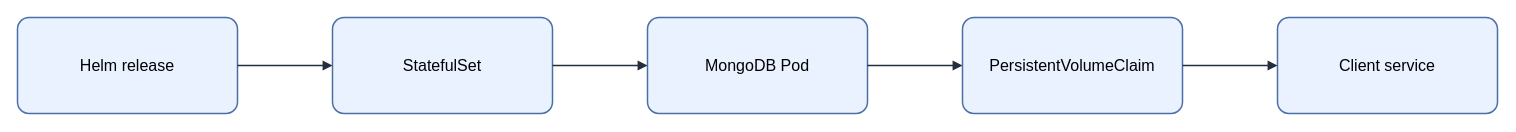
Above: assets/img/kubernetes/mongodb-kubernetes-deployment.drawio in KKamJi98/kkamji98.github.io (draw.io), before the change. Source tidied: cells renumbered, new cells numbered last; positions are measured from the earlier drawing's top-left corner, leaving out a move shared by most shapes. Both pictures are drawn from the tidied source at 100%, with x=0, y=0 at pixel (17, 17).
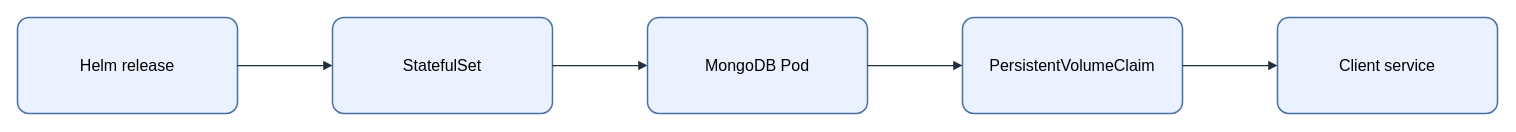
Above is the later version.

What changed in the source:
```diff
@@
 <mxGraphModel background="#FFFFFF">
   <root>
     <mxCell id="0" />
     <mxCell id="1" parent="0" />
-    <mxCell id="2" value="&lt;font style=&quot;color: rgb(0, 0, 0);&quot;&gt;Helm release&lt;/font&gt;" style="rounded=1;arcSize=12;whiteSpace=wrap;html=1;fillColor=#EAF2FF;strokeColor=#4A6FA5;strokeWidth=1.5;fontColor=#000000;fontSize=16;align=center;verticalAlign=middle;spacing=8;shadow=0;" parent="1" vertex="1">
+    <mxCell id="2" value="Helm release" style="rounded=1;arcSize=12;whiteSpace=wrap;html=0;fillColor=#EAF2FF;strokeColor=#4A6FA5;strokeWidth=1.5;fontColor=#000000;fontSize=16;align=center;verticalAlign=middle;spacing=8;shadow=0;" parent="1" vertex="1">
       <mxGeometry width="220" height="96" as="geometry" />
     </mxCell>
-    <mxCell id="3" value="&lt;font style=&quot;color: rgb(0, 0, 0);&quot;&gt;StatefulSet&lt;/font&gt;" style="rounded=1;arcSize=12;whiteSpace=wrap;html=1;fillColor=#EAF2FF;strokeColor=#4A6FA5;strokeWidth=1.5;fontColor=#000000;fontSize=16;align=center;verticalAlign=middle;spacing=8;shadow=0;" parent="1" vertex="1">
+    <mxCell id="3" value="StatefulSet" style="rounded=1;arcSize=12;whiteSpace=wrap;html=0;fillColor=#EAF2FF;strokeColor=#4A6FA5;strokeWidth=1.5;fontColor=#000000;fontSize=16;align=center;verticalAlign=middle;spacing=8;shadow=0;" parent="1" vertex="1">
       <mxGeometry x="315" width="220" height="96" as="geometry" />
     </mxCell>
-    <mxCell id="4" value="&lt;font style=&quot;color: rgb(0, 0, 0);&quot;&gt;MongoDB Pod&lt;/font&gt;" style="rounded=1;arcSize=12;whiteSpace=wrap;html=1;fillColor=#EAF2FF;strokeColor=#4A6FA5;strokeWidth=1.5;fontColor=#000000;fontSize=16;align=center;verticalAlign=middle;spacing=8;shadow=0;" parent="1" vertex="1">
+    <mxCell id="4" value="MongoDB Pod" style="rounded=1;arcSize=12;whiteSpace=wrap;html=0;fillColor=#EAF2FF;strokeColor=#4A6FA5;strokeWidth=1.5;fontColor=#000000;fontSize=16;align=center;verticalAlign=middle;spacing=8;shadow=0;" parent="1" vertex="1">
       <mxGeometry x="630" width="220" height="96" as="geometry" />
     </mxCell>
-    <mxCell id="5" value="&lt;font style=&quot;color: rgb(0, 0, 0);&quot;&gt;PersistentVolumeClaim&lt;/font&gt;" style="rounded=1;arcSize=12;whiteSpace=wrap;html=1;fillColor=#EAF2FF;strokeColor=#4A6FA5;strokeWidth=1.5;fontColor=#000000;fontSize=16;align=center;verticalAlign=middle;spacing=8;shadow=0;" parent="1" vertex="1">
+    <mxCell id="5" value="PersistentVolumeClaim" style="rounded=1;arcSize=12;whiteSpace=wrap;html=0;fillColor=#EAF2FF;strokeColor=#4A6FA5;strokeWidth=1.5;fontColor=#000000;fontSize=16;align=center;verticalAlign=middle;spacing=8;shadow=0;" parent="1" vertex="1">
       <mxGeometry x="945" width="220" height="96" as="geometry" />
     </mxCell>
-    <mxCell id="6" value="&lt;font style=&quot;color: rgb(0, 0, 0);&quot;&gt;Client service&lt;/font&gt;" style="rounded=1;arcSize=12;whiteSpace=wrap;html=1;fillColor=#EAF2FF;strokeColor=#4A6FA5;strokeWidth=1.5;fontColor=#000000;fontSize=16;align=center;verticalAlign=middle;spacing=8;shadow=0;" parent="1" vertex="1">
+    <mxCell id="6" value="Client service" style="rounded=1;arcSize=12;whiteSpace=wrap;html=0;fillColor=#EAF2FF;strokeColor=#4A6FA5;strokeWidth=1.5;fontColor=#000000;fontSize=16;align=center;verticalAlign=middle;spacing=8;shadow=0;" parent="1" vertex="1">
       <mxGeometry x="1260" width="220" height="96" as="geometry" />
     </mxCell>
-    <mxCell id="7" style="edgeStyle=orthogonalEdgeStyle;rounded=0;jettySize=auto;html=1;endArrow=block;endFill=1;strokeColor=#232F3E;strokeWidth=1.5;fontColor=#000000;labelBackgroundColor=none;exitX=1;exitY=0.5;exitDx=0;exitDy=0;entryX=0;entryY=0.5;entryDx=0;entryDy=0;" parent="1" edge="1" source="2" target="3">
+    <mxCell id="7" style="edgeStyle=orthogonalEdgeStyle;rounded=0;jettySize=auto;html=0;endArrow=block;endFill=1;strokeColor=#232F3E;strokeWidth=1.25;fontColor=#000000;labelBackgroundColor=none;exitX=1;exitY=0.5;exitDx=0;exitDy=0;entryX=0;entryY=0.5;entryDx=0;entryDy=0;" parent="1" edge="1" source="2" target="3">
       <mxGeometry relative="1" as="geometry" />
     </mxCell>
-    <mxCell id="8" style="edgeStyle=orthogonalEdgeStyle;rounded=0;jettySize=auto;html=1;endArrow=block;endFill=1;strokeColor=#232F3E;strokeWidth=1.5;fontColor=#000000;labelBackgroundColor=none;exitX=1;exitY=0.5;exitDx=0;exitDy=0;entryX=0;entryY=0.5;entryDx=0;entryDy=0;" parent="1" edge="1" source="3" target="4">
+    <mxCell id="8" style="edgeStyle=orthogonalEdgeStyle;rounded=0;jettySize=auto;html=0;endArrow=block;endFill=1;strokeColor=#232F3E;strokeWidth=1.25;fontColor=#000000;labelBackgroundColor=none;exitX=1;exitY=0.5;exitDx=0;exitDy=0;entryX=0;entryY=0.5;entryDx=0;entryDy=0;" parent="1" edge="1" source="3" target="4">
       <mxGeometry relative="1" as="geometry" />
     </mxCell>
-    <mxCell id="9" style="edgeStyle=orthogonalEdgeStyle;rounded=0;jettySize=auto;html=1;endArrow=block;endFill=1;strokeColor=#232F3E;strokeWidth=1.5;fontColor=#000000;labelBackgroundColor=none;exitX=1;exitY=0.5;exitDx=0;exitDy=0;entryX=0;entryY=0.5;entryDx=0;entryDy=0;" parent="1" edge="1" source="4" target="5">
+    <mxCell id="9" style="edgeStyle=orthogonalEdgeStyle;rounded=0;jettySize=auto;html=0;endArrow=block;endFill=1;strokeColor=#232F3E;strokeWidth=1.25;fontColor=#000000;labelBackgroundColor=none;exitX=1;exitY=0.5;exitDx=0;exitDy=0;entryX=0;entryY=0.5;entryDx=0;entryDy=0;" parent="1" edge="1" source="4" target="5">
       <mxGeometry relative="1" as="geometry" />
     </mxCell>
-    <mxCell id="10" style="edgeStyle=orthogonalEdgeStyle;rounded=0;jettySize=auto;html=1;endArrow=block;endFill=1;strokeColor=#232F3E;strokeWidth=1.5;fontColor=#000000;labelBackgroundColor=none;exitX=1;exitY=0.5;exitDx=0;exitDy=0;entryX=0;entryY=0.5;entryDx=0;entryDy=0;" parent="1" edge="1" source="5" target="6">
+    <mxCell id="10" style="edgeStyle=orthogonalEdgeStyle;rounded=0;jettySize=auto;html=0;endArrow=block;endFill=1;strokeColor=#232F3E;strokeWidth=1.25;fontColor=#000000;labelBackgroundColor=none;exitX=1;exitY=0.5;exitDx=0;exitDy=0;entryX=0;entryY=0.5;entryDx=0;entryDy=0;" parent="1" edge="1" source="5" target="6">
       <mxGeometry relative="1" as="geometry" />
     </mxCell>
   </root>
 </mxGraphModel>
```
